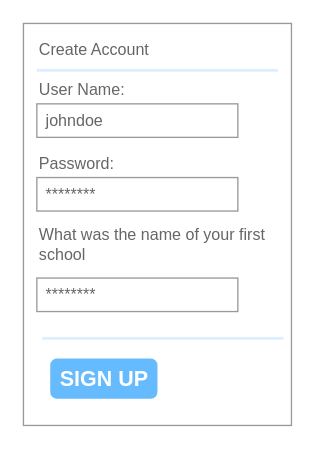
The draw.io diagram Documentation/images/design/Sign_Up_Form.drawio in JCSnelson/JSnelson-NEA, before the edit. Source tidied: cells renumbered, new cells numbered last; positions are measured from the earlier drawing's top-left corner, leaving out a move shared by most shapes. Both pictures are drawn from the tidied source at 134%, with x=0, y=0 at pixel (23, 23).
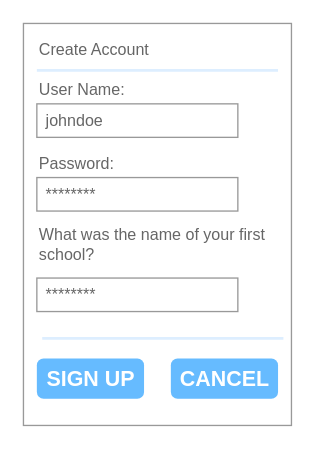
Above is the later version.

Unchanged cells that the change refers to:
```xml
<mxCell id="2" style="strokeWidth=1;shadow=0;dashed=0;align=center;html=1;shape=mxgraph.mockup.forms.rrect;rSize=0;strokeColor=#999999;fillColor=#ffffff;" parent="1" vertex="1">
  <mxGeometry width="200" height="300" as="geometry" />
</mxCell>
```

Diff of the diagram source:
```diff
@@
     <mxCell id="9" value="SIGN UP" style="strokeWidth=1;shadow=0;dashed=0;align=center;html=1;shape=mxgraph.mockup.forms.rrect;rSize=5;strokeColor=none;fontColor=#ffffff;fillColor=#66bbff;fontSize=16;fontStyle=1;" parent="2" vertex="1">
       <mxGeometry y="1" width="80" height="30" relative="1" as="geometry">
-        <mxPoint x="20" y="-50" as="offset" />
+        <mxPoint x="10" y="-50" as="offset" />
       </mxGeometry>
     </mxCell>
-    <mxCell id="10" value="&lt;div&gt;What was the name of your first&lt;/div&gt;&lt;div&gt;school&lt;br&gt;&lt;/div&gt;" style="strokeWidth=1;shadow=0;dashed=0;align=center;html=1;shape=mxgraph.mockup.forms.anchor;fontSize=12;fontColor=#666666;align=left;spacingLeft=0;" parent="2" vertex="1">
+    <mxCell id="10" value="&lt;div&gt;What was the name of your first&lt;/div&gt;&lt;div&gt;school?&lt;br&gt;&lt;/div&gt;" style="strokeWidth=1;shadow=0;dashed=0;align=center;html=1;shape=mxgraph.mockup.forms.anchor;fontSize=12;fontColor=#666666;align=left;spacingLeft=0;" parent="2" vertex="1">
       <mxGeometry width="180" height="30" relative="1" as="geometry">
         <mxPoint x="10" y="150" as="offset" />
       </mxGeometry>
     </mxCell>
@@
+    <mxCell id="13" value="CANCEL" style="strokeWidth=1;shadow=0;dashed=0;align=center;html=1;shape=mxgraph.mockup.forms.rrect;rSize=5;strokeColor=none;fontColor=#ffffff;fillColor=#66bbff;fontSize=16;fontStyle=1;" parent="2" vertex="1">
+      <mxGeometry y="1" width="80" height="30" relative="1" as="geometry">
+        <mxPoint x="110" y="-50" as="offset" />
+      </mxGeometry>
+    </mxCell>
```
